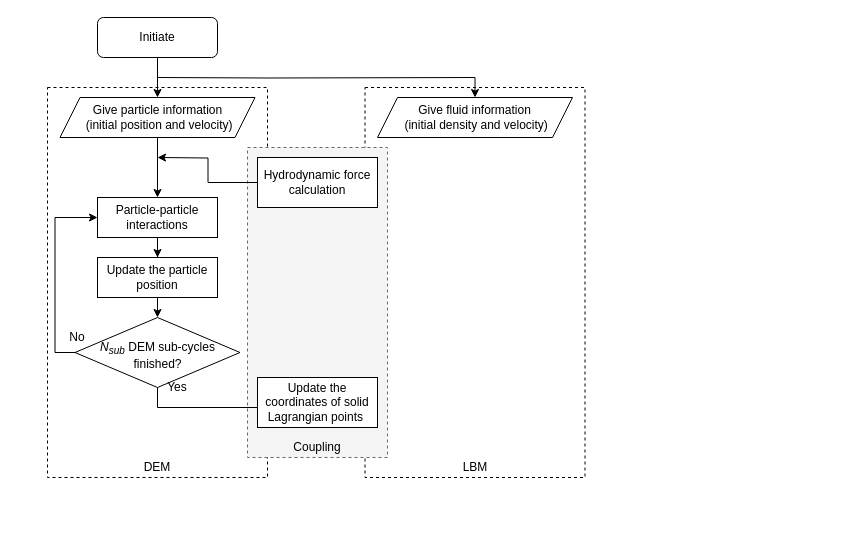
The draw.io diagram Untitled Diagram.drawio in fjiang-cloud/viscousCouple, before the edit. Source tidied: cells renumbered, new cells numbered last; positions are measured from the earlier drawing's top-left corner, leaving out a move shared by most shapes. Both pictures are drawn from the tidied source at 100%, with x=0, y=0 at pixel (47, 17).
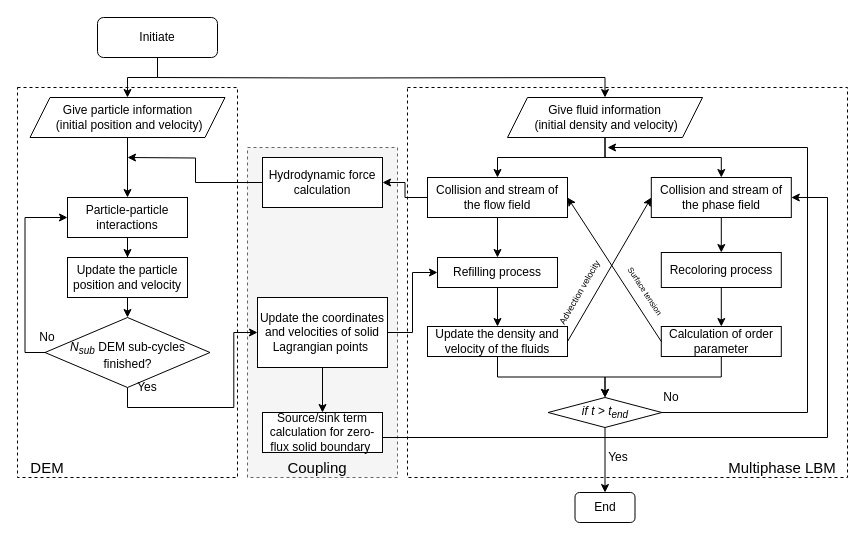
The same page after the edit.

The edit, as a diff of the source:
```diff
@@
     <mxCell id="2" style="rounded=0;whiteSpace=wrap;html=1;dashed=1;fillColor=none;" parent="1" vertex="1">
-      <mxGeometry x="317.5" y="70" width="220" height="390" as="geometry" />
+      <mxGeometry x="360" y="70" width="440" height="390" as="geometry" />
     </mxCell>
     <mxCell id="3" style="rounded=0;whiteSpace=wrap;html=1;dashed=1;fillColor=none;" parent="1" vertex="1">
-      <mxGeometry y="70" width="220" height="390" as="geometry" />
+      <mxGeometry x="-30" y="70" width="220" height="390" as="geometry" />
     </mxCell>
     <mxCell id="4" style="rounded=0;whiteSpace=wrap;html=1;dashed=1;fillColor=#f5f5f5;strokeColor=#666666;fontColor=#333333;" parent="1" vertex="1">
-      <mxGeometry x="200" y="130" width="140" height="310" as="geometry" />
+      <mxGeometry x="200" y="130" width="150" height="330" as="geometry" />
     </mxCell>
@@
     <mxCell id="9" value="Give particle information&lt;br&gt;&amp;nbsp;(initial position and velocity)" style="shape=parallelogram;perimeter=parallelogramPerimeter;whiteSpace=wrap;html=1;fixedSize=1;" parent="1" vertex="1">
-      <mxGeometry x="12.5" y="80" width="195" height="40" as="geometry" />
+      <mxGeometry x="-17.5" y="80" width="195" height="40" as="geometry" />
     </mxCell>
+    <mxCell id="26" style="edgeStyle=orthogonalEdgeStyle;rounded=0;jettySize=auto;html=1;exitX=0.5;exitY=1;exitDx=0;exitDy=0;entryX=0.5;entryY=0;entryDx=0;entryDy=0;" parent="1" edge="1" source="10" target="32">
+      <mxGeometry relative="1" as="geometry" />
+    </mxCell>
+    <mxCell id="27" style="edgeStyle=orthogonalEdgeStyle;rounded=0;jettySize=auto;html=1;exitX=0.5;exitY=1;exitDx=0;exitDy=0;entryX=0.5;entryY=0;entryDx=0;entryDy=0;" parent="1" edge="1" source="10" target="36">
+      <mxGeometry relative="1" as="geometry" />
+    </mxCell>
     <mxCell id="10" value="Give fluid information&lt;br&gt;&amp;nbsp;(initial density and velocity)" style="shape=parallelogram;perimeter=parallelogramPerimeter;whiteSpace=wrap;html=1;fixedSize=1;" parent="1" vertex="1">
-      <mxGeometry x="330" y="80" width="195" height="40" as="geometry" />
+      <mxGeometry x="460" y="80" width="195" height="40" as="geometry" />
     </mxCell>
@@
-    <mxCell id="12" value="Update the particle position" style="rounded=0;whiteSpace=wrap;html=1;" parent="1" vertex="1">
-      <mxGeometry x="50" y="240" width="120" height="40" as="geometry" />
+    <mxCell id="12" value="Update the particle position and velocity" style="rounded=0;whiteSpace=wrap;html=1;" parent="1" vertex="1">
+      <mxGeometry x="20" y="240" width="120" height="40" as="geometry" />
     </mxCell>
@@
     <mxCell id="14" value="Particle-particle interactions" style="rounded=0;whiteSpace=wrap;html=1;" parent="1" vertex="1">
-      <mxGeometry x="50" y="180" width="120" height="40" as="geometry" />
+      <mxGeometry x="20" y="180" width="120" height="40" as="geometry" />
     </mxCell>
-    <mxCell id="15" value="DEM" style="text;html=1;strokeColor=none;fillColor=none;align=center;verticalAlign=middle;whiteSpace=wrap;rounded=0;dashed=1;" parent="1" vertex="1">
-      <mxGeometry x="90" y="440" width="40" height="20" as="geometry" />
+    <mxCell id="15" value="DEM" style="text;html=1;strokeColor=none;fillColor=none;align=center;verticalAlign=middle;whiteSpace=wrap;rounded=0;dashed=1;fontSize=15;" parent="1" vertex="1">
+      <mxGeometry x="-20" y="440" width="40" height="20" as="geometry" />
     </mxCell>
-    <mxCell id="16" value="LBM" style="text;html=1;strokeColor=none;fillColor=none;align=center;verticalAlign=middle;whiteSpace=wrap;rounded=0;dashed=1;" parent="1" vertex="1">
-      <mxGeometry x="407.5" y="440" width="40" height="20" as="geometry" />
+    <mxCell id="16" value="Multiphase LBM" style="text;html=1;strokeColor=none;fillColor=none;align=center;verticalAlign=middle;whiteSpace=wrap;rounded=0;dashed=1;fontSize=15;" parent="1" vertex="1">
+      <mxGeometry x="680" y="440" width="110" height="20" as="geometry" />
     </mxCell>
-    <mxCell id="17" value="Coupling" style="text;html=1;strokeColor=none;fillColor=none;align=center;verticalAlign=middle;whiteSpace=wrap;rounded=0;dashed=1;" parent="1" vertex="1">
-      <mxGeometry x="250" y="420" width="40" height="20" as="geometry" />
+    <mxCell id="17" value="Coupling" style="text;html=1;strokeColor=none;fillColor=none;align=center;verticalAlign=middle;whiteSpace=wrap;rounded=0;dashed=1;fontSize=15;" parent="1" vertex="1">
+      <mxGeometry x="250" y="440" width="40" height="20" as="geometry" />
     </mxCell>
@@
     <mxCell id="20" value="&lt;i&gt;N&lt;sub&gt;sub&lt;/sub&gt;&lt;/i&gt; DEM sub-cycles finished?" style="rhombus;whiteSpace=wrap;html=1;spacingTop=5;" parent="1" vertex="1">
-      <mxGeometry x="27.5" y="300" width="165" height="70" as="geometry" />
+      <mxGeometry x="-2.5" y="300" width="165" height="70" as="geometry" />
     </mxCell>
     <mxCell id="21" style="edgeStyle=orthogonalEdgeStyle;rounded=0;jettySize=auto;html=1;exitX=0;exitY=0.5;exitDx=0;exitDy=0;" parent="1" edge="1" source="22">
       <mxGeometry relative="1" as="geometry">
-        <mxPoint x="110" y="140" as="targetPoint" />
+        <mxPoint x="80" y="140" as="targetPoint" />
       </mxGeometry>
     </mxCell>
     <mxCell id="22" value="Hydrodynamic force calculation" style="rounded=0;whiteSpace=wrap;html=1;" parent="1" vertex="1">
-      <mxGeometry x="210" y="140" width="120" height="50" as="geometry" />
+      <mxGeometry x="215" y="140" width="120" height="50" as="geometry" />
     </mxCell>
+    <mxCell id="28" style="edgeStyle=orthogonalEdgeStyle;rounded=0;jettySize=auto;html=1;exitX=0.5;exitY=1;exitDx=0;exitDy=0;entryX=0.5;entryY=0;entryDx=0;entryDy=0;" parent="1" edge="1" source="23" target="42">
+      <mxGeometry relative="1" as="geometry" />
+    </mxCell>
+    <mxCell id="29" style="edgeStyle=orthogonalEdgeStyle;rounded=0;jettySize=auto;html=1;exitX=1;exitY=0.5;exitDx=0;exitDy=0;entryX=0;entryY=0.5;entryDx=0;entryDy=0;" parent="1" edge="1" source="23" target="34">
+      <mxGeometry relative="1" as="geometry" />
+    </mxCell>
-    <mxCell id="23" value="Update the coordinates of solid Lagrangian points&amp;nbsp;" style="rounded=0;whiteSpace=wrap;html=1;" parent="1" vertex="1">
-      <mxGeometry x="210" y="360" width="120" height="50" as="geometry" />
+    <mxCell id="23" value="Update the coordinates and velocities of solid Lagrangian points&amp;nbsp;" style="rounded=0;whiteSpace=wrap;html=1;" parent="1" vertex="1">
+      <mxGeometry x="210" y="280" width="130" height="70" as="geometry" />
     </mxCell>
     <mxCell id="24" value="Yes" style="text;html=1;strokeColor=none;fillColor=none;align=center;verticalAlign=middle;whiteSpace=wrap;rounded=0;" parent="1" vertex="1">
-      <mxGeometry x="110" y="360" width="40" height="20" as="geometry" />
+      <mxGeometry x="80" y="360" width="40" height="20" as="geometry" />
     </mxCell>
     <mxCell id="25" value="No" style="text;html=1;strokeColor=none;fillColor=none;align=center;verticalAlign=middle;whiteSpace=wrap;rounded=0;" parent="1" vertex="1">
-      <mxGeometry x="10" y="310" width="40" height="20" as="geometry" />
+      <mxGeometry x="-20" y="310" width="40" height="20" as="geometry" />
     </mxCell>
+    <mxCell id="30" style="edgeStyle=orthogonalEdgeStyle;rounded=0;jettySize=auto;html=1;exitX=0;exitY=0.5;exitDx=0;exitDy=0;entryX=1;entryY=0.5;entryDx=0;entryDy=0;" parent="1" edge="1" source="32" target="22">
+      <mxGeometry relative="1" as="geometry" />
+    </mxCell>
+    <mxCell id="31" style="edgeStyle=orthogonalEdgeStyle;rounded=0;jettySize=auto;html=1;exitX=0.5;exitY=1;exitDx=0;exitDy=0;entryX=0.5;entryY=0;entryDx=0;entryDy=0;" parent="1" edge="1" source="32" target="34">
+      <mxGeometry relative="1" as="geometry" />
+    </mxCell>
+    <mxCell id="32" value="Collision and stream of the flow field" style="rounded=0;whiteSpace=wrap;html=1;" parent="1" vertex="1">
+      <mxGeometry x="380" y="160" width="140" height="40" as="geometry" />
+    </mxCell>
+    <mxCell id="33" style="edgeStyle=orthogonalEdgeStyle;rounded=0;jettySize=auto;html=1;exitX=0.5;exitY=1;exitDx=0;exitDy=0;" parent="1" edge="1" source="34" target="44">
+      <mxGeometry relative="1" as="geometry" />
+    </mxCell>
+    <mxCell id="34" value="Refilling process" style="rounded=0;whiteSpace=wrap;html=1;" parent="1" vertex="1">
+      <mxGeometry x="390" y="240" width="120" height="30" as="geometry" />
+    </mxCell>
+    <mxCell id="35" style="edgeStyle=orthogonalEdgeStyle;rounded=0;jettySize=auto;html=1;exitX=0.5;exitY=1;exitDx=0;exitDy=0;entryX=0.5;entryY=0;entryDx=0;entryDy=0;" parent="1" edge="1" source="36" target="38">
+      <mxGeometry relative="1" as="geometry" />
+    </mxCell>
+    <mxCell id="36" value="Collision and stream of the phase field" style="rounded=0;whiteSpace=wrap;html=1;" parent="1" vertex="1">
+      <mxGeometry x="603.8" y="160" width="140" height="40" as="geometry" />
+    </mxCell>
+    <mxCell id="37" style="edgeStyle=orthogonalEdgeStyle;rounded=0;jettySize=auto;html=1;exitX=0.5;exitY=1;exitDx=0;exitDy=0;entryX=0.5;entryY=0;entryDx=0;entryDy=0;" parent="1" edge="1" source="38" target="40">
+      <mxGeometry relative="1" as="geometry" />
+    </mxCell>
+    <mxCell id="38" value="Recoloring process" style="rounded=0;whiteSpace=wrap;html=1;" parent="1" vertex="1">
+      <mxGeometry x="613.8" y="235" width="120" height="35" as="geometry" />
+    </mxCell>
+    <mxCell id="39" style="edgeStyle=orthogonalEdgeStyle;rounded=0;jettySize=auto;html=1;exitX=0.5;exitY=1;exitDx=0;exitDy=0;entryX=0.5;entryY=0;entryDx=0;entryDy=0;" parent="1" edge="1" source="40" target="47">
+      <mxGeometry relative="1" as="geometry" />
+    </mxCell>
+    <mxCell id="40" value="Calculation of order parameter" style="rounded=0;whiteSpace=wrap;html=1;" parent="1" vertex="1">
+      <mxGeometry x="613.8" y="309" width="120" height="30" as="geometry" />
+    </mxCell>
+    <mxCell id="41" style="edgeStyle=orthogonalEdgeStyle;rounded=0;jettySize=auto;html=1;exitX=1;exitY=0.5;exitDx=0;exitDy=0;entryX=1;entryY=0.5;entryDx=0;entryDy=0;" parent="1" edge="1" source="42" target="36">
+      <mxGeometry relative="1" as="geometry">
+        <Array as="points">
+          <mxPoint x="780" y="420" />
+          <mxPoint x="780" y="180" />
+        </Array>
+      </mxGeometry>
+    </mxCell>
+    <mxCell id="42" value="Source/sink term calculation for zero-flux solid boundary&amp;nbsp;" style="rounded=0;whiteSpace=wrap;html=1;" parent="1" vertex="1">
+      <mxGeometry x="215" y="395" width="120" height="40" as="geometry" />
+    </mxCell>
+    <mxCell id="43" style="edgeStyle=orthogonalEdgeStyle;rounded=0;jettySize=auto;html=1;exitX=0.5;exitY=1;exitDx=0;exitDy=0;entryX=0.5;entryY=0;entryDx=0;entryDy=0;" parent="1" edge="1" source="44" target="47">
+      <mxGeometry relative="1" as="geometry" />
+    </mxCell>
+    <mxCell id="44" value="Update the density and velocity of the fluids" style="rounded=0;whiteSpace=wrap;html=1;" parent="1" vertex="1">
+      <mxGeometry x="380" y="309" width="140" height="30" as="geometry" />
+    </mxCell>
+    <mxCell id="45" style="edgeStyle=orthogonalEdgeStyle;rounded=0;jettySize=auto;html=1;exitX=0.5;exitY=1;exitDx=0;exitDy=0;entryX=0.5;entryY=0;entryDx=0;entryDy=0;" parent="1" edge="1" source="47" target="48">
+      <mxGeometry relative="1" as="geometry" />
+    </mxCell>
+    <mxCell id="46" style="edgeStyle=orthogonalEdgeStyle;rounded=0;jettySize=auto;html=1;exitX=1;exitY=0.5;exitDx=0;exitDy=0;" parent="1" edge="1" source="47">
+      <mxGeometry relative="1" as="geometry">
+        <mxPoint x="560" y="130" as="targetPoint" />
+        <Array as="points">
+          <mxPoint x="760" y="395" />
+          <mxPoint x="760" y="130" />
+        </Array>
+      </mxGeometry>
+    </mxCell>
+    <mxCell id="47" value="&lt;i&gt;if t &amp;gt; t&lt;sub&gt;end&lt;/sub&gt;&lt;/i&gt;" style="rhombus;whiteSpace=wrap;html=1;spacingTop=-1;" parent="1" vertex="1">
+      <mxGeometry x="500.6" y="380" width="113.8" height="30" as="geometry" />
+    </mxCell>
+    <mxCell id="48" value="End" style="rounded=1;whiteSpace=wrap;html=1;" parent="1" vertex="1">
+      <mxGeometry x="527.5" y="475" width="60" height="30" as="geometry" />
+    </mxCell>
+    <mxCell id="49" value="Yes" style="text;html=1;strokeColor=none;fillColor=none;align=center;verticalAlign=middle;whiteSpace=wrap;rounded=0;" parent="1" vertex="1">
+      <mxGeometry x="551.2" y="430" width="40" height="20" as="geometry" />
+    </mxCell>
+    <mxCell id="50" value="No" style="text;html=1;strokeColor=none;fillColor=none;align=center;verticalAlign=middle;whiteSpace=wrap;rounded=0;" parent="1" vertex="1">
+      <mxGeometry x="603.8" y="370" width="40" height="20" as="geometry" />
+    </mxCell>
+    <mxCell id="51" style="endArrow=classic;html=1;entryX=0;entryY=0.5;entryDx=0;entryDy=0;exitX=1;exitY=0.5;exitDx=0;exitDy=0;" parent="1" edge="1" source="44" target="36">
+      <mxGeometry relative="1" as="geometry" />
+    </mxCell>
+    <mxCell id="52" style="endArrow=classic;html=1;exitX=0;exitY=0.5;exitDx=0;exitDy=0;entryX=1;entryY=0.5;entryDx=0;entryDy=0;" parent="1" edge="1" source="40" target="32">
+      <mxGeometry relative="1" as="geometry" />
+    </mxCell>
+    <mxCell id="53" value="Surface tension" style="text;html=1;strokeColor=none;fillColor=none;align=center;verticalAlign=middle;whiteSpace=wrap;rounded=0;rotation=57;spacing=0;fontSize=8;labelBackgroundColor=#ffffff;" parent="1" vertex="1">
+      <mxGeometry x="569" y="264" width="57.8" height="20" as="geometry" />
+    </mxCell>
+    <mxCell id="54" value="&lt;font style=&quot;font-size: 9px&quot;&gt;Advection velocity&lt;/font&gt;" style="text;html=1;align=center;verticalAlign=middle;whiteSpace=wrap;rounded=0;rotation=-60;spacing=0;fontSize=7;labelBackgroundColor=none;" parent="1" vertex="1">
+      <mxGeometry x="497" y="265" width="71.4" height="20" as="geometry" />
+    </mxCell>
```
